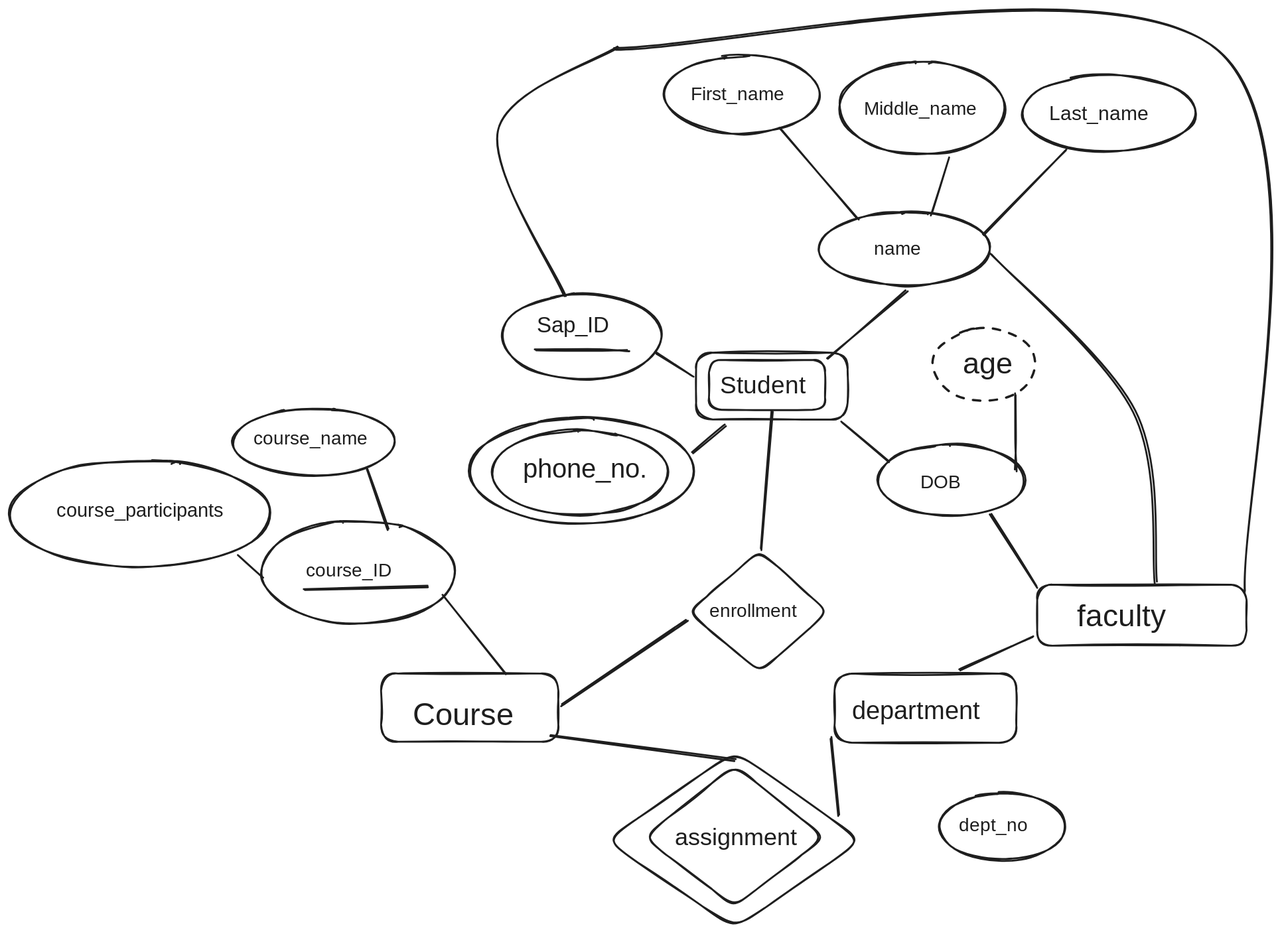
This is Notes Factory/Semister 3/Rough Work/t1.excalidraw.svg from P7XCKD/NF, a Excalidraw export, as it was before one commit. Source tidied: one line per element, renumbered; positions are measured from the earlier drawing's top-left corner, leaving out a move shared by most shapes.
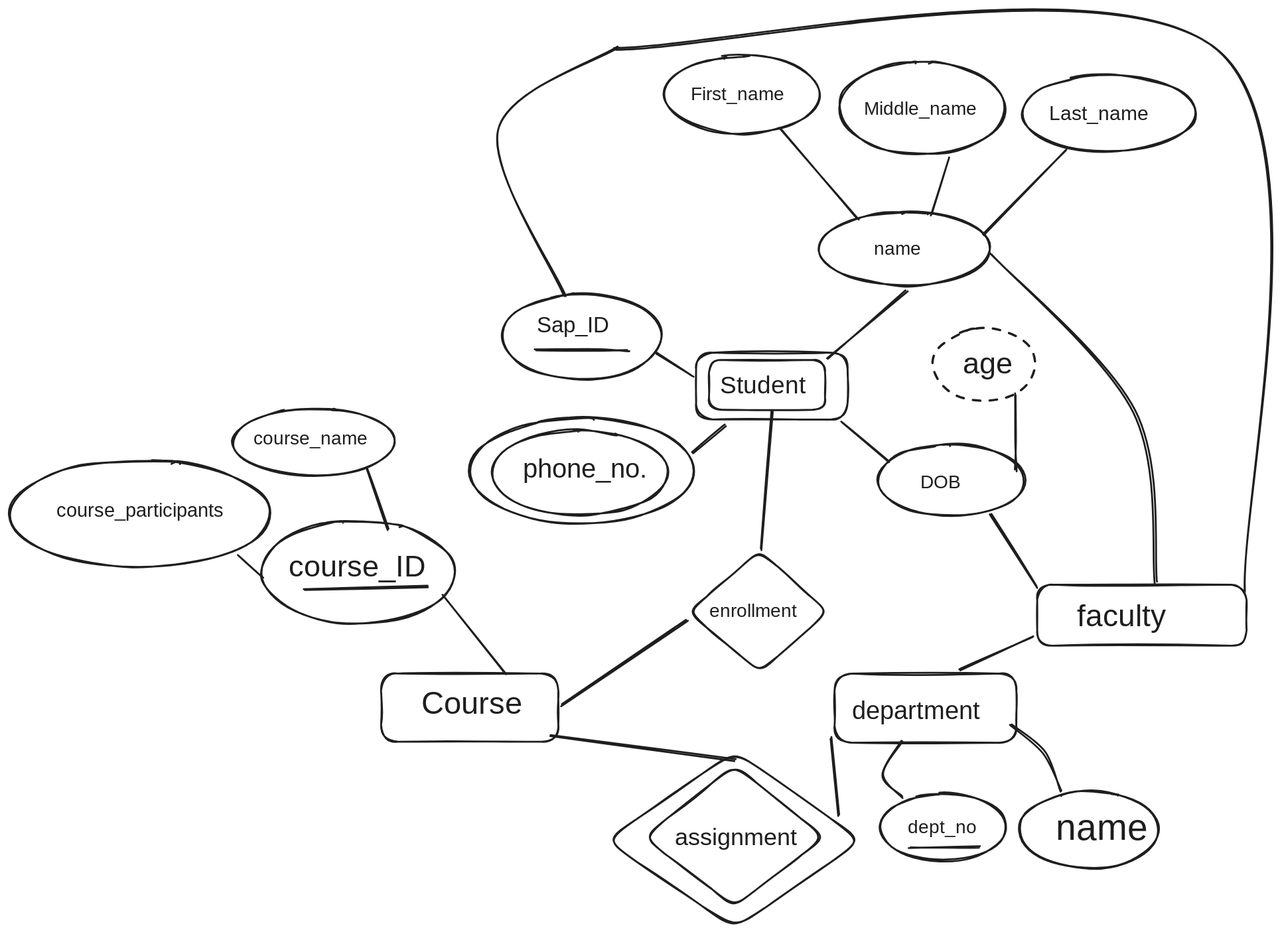
After the change.

Diff of the diagram source:
```diff
@@ -1,5 +1,5 @@
 {"id": 0, "type": "rectangle", "strokeColor": "#1e1e1e", "strokeWidth": 2, "roughness": 1, "round": true, "x": 400, "y": 674, "width": 191, "height": 74}
-{"id": 1, "type": "text", "text": "Course", "strokeColor": "#1e1e1e", "strokeWidth": 2, "roughness": 1, "fontSize": 33.68, "fontFamily": 1, "x": 434, "y": 699, "width": 111, "height": 42}
+{"id": 1, "type": "text", "text": "Course", "strokeColor": "#1e1e1e", "strokeWidth": 2, "roughness": 1, "fontSize": 33.68, "fontFamily": 1, "x": 443, "y": 687, "width": 111, "height": 42}
 {"id": 2, "type": "rectangle", "strokeColor": "#1e1e1e", "strokeWidth": 2, "roughness": 1, "round": true, "x": 739, "y": 329, "width": 163, "height": 72}
 {"id": 3, "type": "text", "text": "Student", "strokeColor": "#1e1e1e", "strokeWidth": 2, "roughness": 1, "fontSize": 26.09, "fontFamily": 1, "x": 765, "y": 349, "width": 101, "height": 33}
 {"id": 4, "type": "ellipse", "strokeColor": "#1e1e1e", "strokeWidth": 2, "roughness": 1, "round": true, "x": 530, "y": 265, "width": 172, "height": 91}
@@ -34,7 +34,7 @@
 {"id": 33, "type": "line", "strokeColor": "#1e1e1e", "strokeWidth": 2, "roughness": 1, "round": true, "x": 822, "y": 391, "width": 13, "height": 150, "points": [[0, 0], [-13, 150]]}
 {"id": 34, "type": "line", "strokeColor": "#1e1e1e", "strokeWidth": 2, "roughness": 1, "round": true, "x": 594, "y": 708, "width": 136, "height": 91, "points": [[0, 0], [136, -91]]}
 {"id": 35, "type": "ellipse", "strokeColor": "#1e1e1e", "strokeWidth": 2, "roughness": 1, "round": true, "x": 271, "y": 509, "width": 209, "height": 112}
-{"id": 36, "type": "text", "text": "course_ID", "strokeColor": "#1e1e1e", "strokeWidth": 2, "roughness": 1, "fontSize": 20, "fontFamily": 1, "x": 319, "y": 552, "width": 106, "height": 25}
+{"id": 36, "type": "text", "text": "course_ID", "strokeColor": "#1e1e1e", "strokeWidth": 2, "roughness": 1, "fontSize": 32.05, "fontFamily": 1, "x": 301, "y": 540, "width": 170, "height": 40}
 {"id": 37, "type": "line", "strokeColor": "#1e1e1e", "strokeWidth": 2, "roughness": 1, "round": true, "x": 318, "y": 584, "width": 131, "height": 4, "points": [[0, 0], [131, -4]]}
 {"id": 38, "type": "line", "strokeColor": "#1e1e1e", "strokeWidth": 2, "roughness": 1, "round": true, "x": 466, "y": 590, "width": 67, "height": 83, "points": [[0, 0], [67, 83]]}
 {"id": 39, "type": "ellipse", "strokeColor": "#1e1e1e", "strokeWidth": 2, "roughness": 1, "round": true, "x": 241, "y": 389, "width": 174, "height": 72}
@@ -57,5 +57,10 @@
 {"id": 56, "type": "line", "strokeColor": "#1e1e1e", "strokeWidth": 2, "roughness": 1, "round": true, "x": 1056, "y": 502, "width": 50, "height": 80, "points": [[0, 0], [50, 80]]}
 {"id": 57, "type": "line", "strokeColor": "#1e1e1e", "strokeWidth": 2, "roughness": 1, "round": true, "x": 652, "y": 2, "width": 677, "height": 584, "points": [[0, 0], [650, 1], [677, 584]]}
 {"id": 58, "type": "line", "strokeColor": "#1e1e1e", "strokeWidth": 2, "roughness": 1, "round": true, "x": 655, "y": 0, "width": 130, "height": 267, "points": [[0, 0], [-130, 88], [-58, 267]]}
-{"id": 59, "type": "ellipse", "strokeColor": "#1e1e1e", "strokeWidth": 2, "roughness": 1, "round": true, "x": 1001, "y": 803, "width": 137, "height": 72}
+{"id": 59, "type": "ellipse", "strokeColor": "#1e1e1e", "strokeWidth": 2, "roughness": 1, "round": true, "x": 937, "y": 804, "width": 137, "height": 72}
-{"id": 60, "type": "text", "text": "dept_no", "strokeColor": "#1e1e1e", "strokeWidth": 2, "roughness": 1, "fontSize": 20, "fontFamily": 1, "x": 1022, "y": 826, "width": 80, "height": 25}
+{"id": 60, "type": "text", "text": "dept_no", "strokeColor": "#1e1e1e", "strokeWidth": 2, "roughness": 1, "fontSize": 20, "fontFamily": 1, "x": 967, "y": 829, "width": 80, "height": 25}
+{"id": 61, "type": "line", "strokeColor": "#1e1e1e", "strokeWidth": 2, "roughness": 1, "round": true, "x": 961, "y": 747, "width": 20, "height": 60, "points": [[0, 0], [-20, 35], [0, 60]]}
+{"id": 62, "type": "line", "strokeColor": "#1e1e1e", "strokeWidth": 2, "roughness": 1, "round": true, "x": 969, "y": 862, "width": 76, "height": 2, "points": [[0, 0], [76, -2]]}
+{"id": 63, "type": "line", "strokeColor": "#1e1e1e", "strokeWidth": 2, "roughness": 1, "round": true, "x": 1078, "y": 728, "width": 55, "height": 73, "points": [[0, 0], [36, 32], [55, 73]]}
+{"id": 64, "type": "ellipse", "strokeColor": "#1e1e1e", "strokeWidth": 2, "roughness": 1, "round": true, "x": 1087, "y": 801, "width": 150, "height": 82}
+{"id": 65, "type": "text", "text": "name", "strokeColor": "#1e1e1e", "strokeWidth": 2, "roughness": 1, "fontSize": 39.18, "fontFamily": 1, "x": 1127, "y": 817, "width": 91, "height": 49}
```
